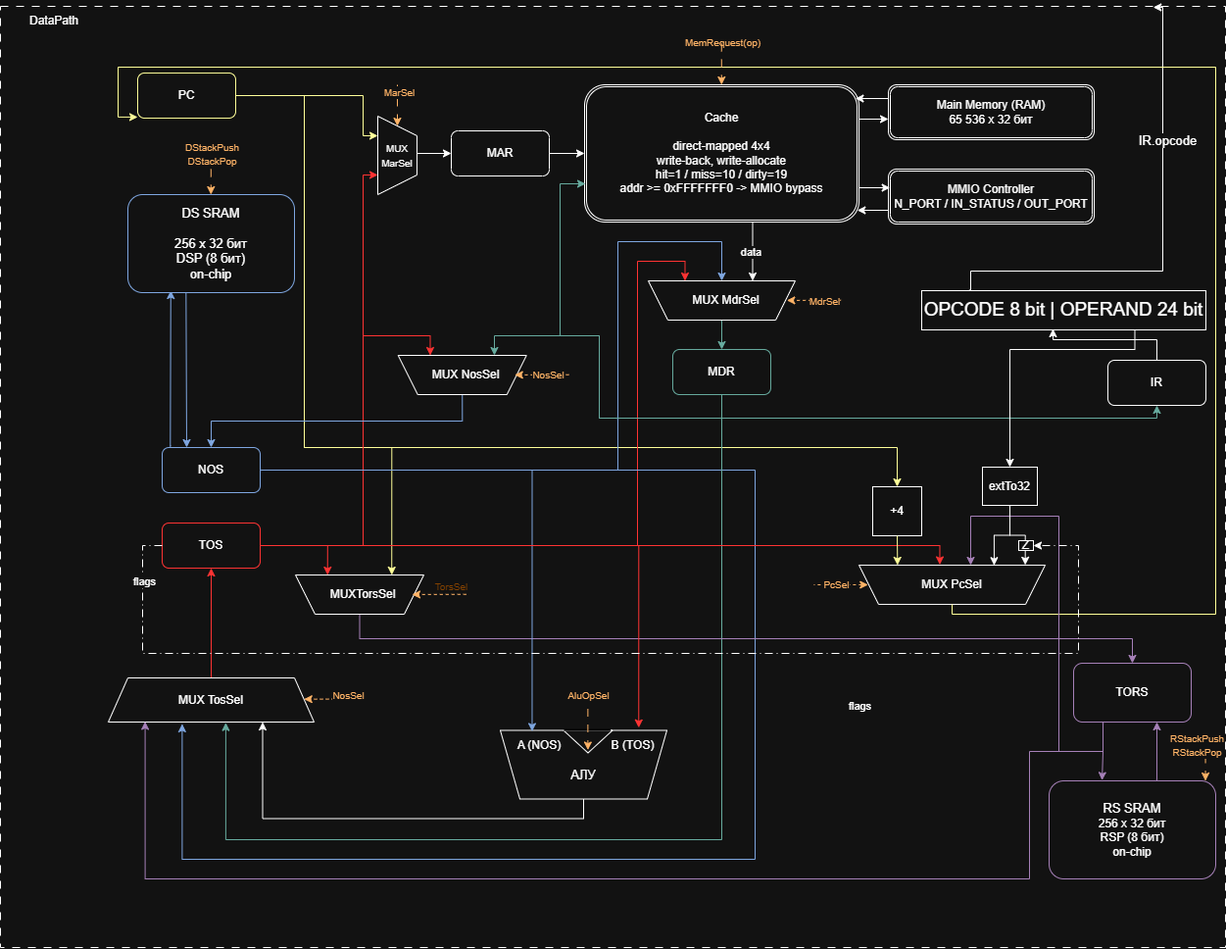
The draw.io diagram pics/Datapath.png in AstroBlartvks/lab4-csa, before a commit. Source tidied: cells renumbered, new cells last; positions are measured from the earlier drawing's top-left corner, leaving out a move shared by most shapes.
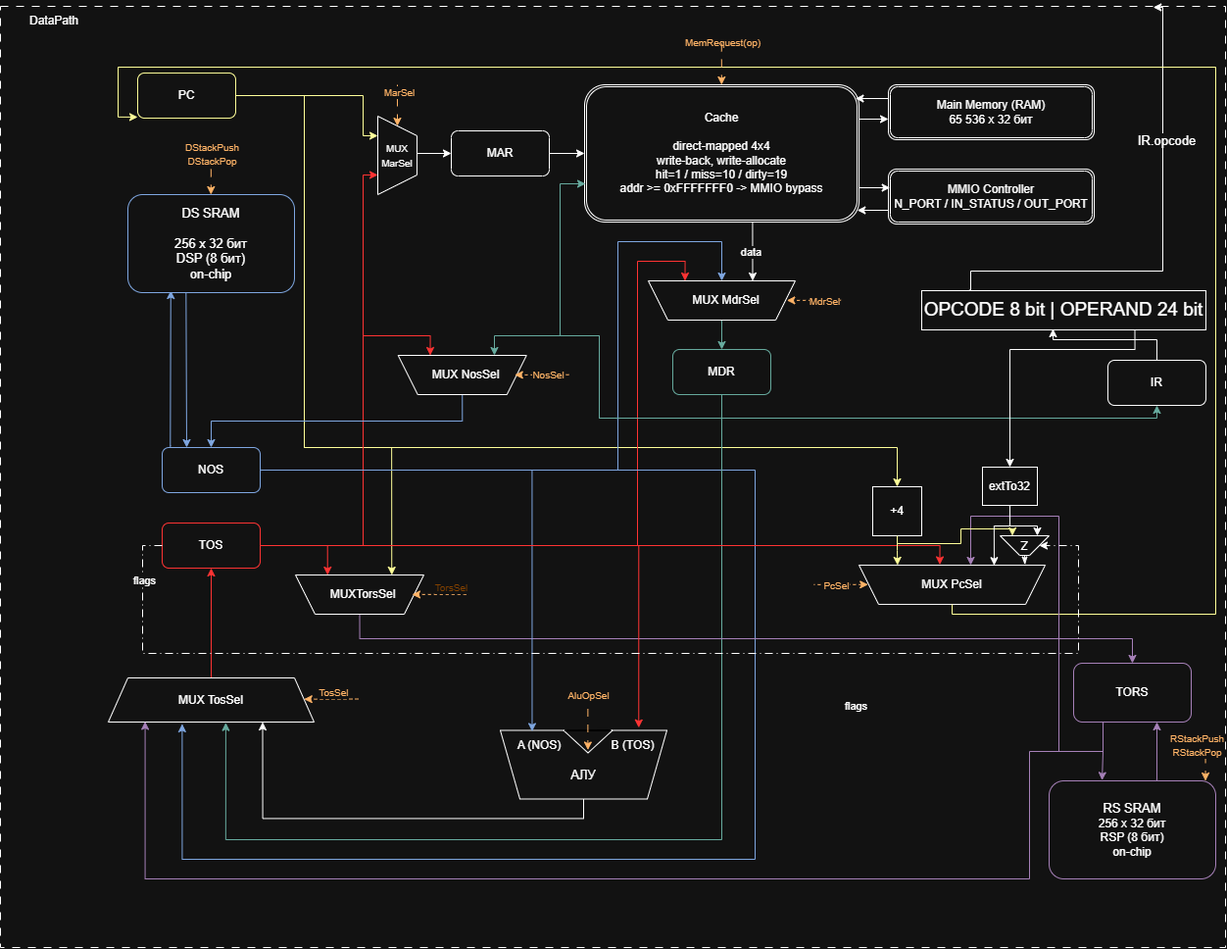
After the commit.

What changed in the source:
```diff
@@ -22,7 +22,7 @@
         </Array>
       </mxGeometry>
     </mxCell>
-    <mxCell id="5" style="edgeStyle=orthogonalEdgeStyle;rounded=0;jettySize=auto;html=1;exitX=1;exitY=0.5;exitDx=0;exitDy=0;entryX=0.5;entryY=0;entryDx=0;entryDy=0;strokeColor=light-dark(#000000,#FFFF99);" parent="1" edge="1" source="6" target="97">
+    <mxCell id="5" style="edgeStyle=orthogonalEdgeStyle;rounded=0;jettySize=auto;html=1;exitX=1;exitY=0.5;exitDx=0;exitDy=0;entryX=0.5;entryY=0;entryDx=0;entryDy=0;strokeColor=light-dark(#000000,#FFFF99);" parent="1" edge="1" source="6" target="98">
       <mxGeometry relative="1" as="geometry">
         <Array as="points">
           <mxPoint x="310" y="91" />
@@ -330,7 +330,7 @@
     <mxCell id="67" value="MUX PcSel" style="text;html=1;whiteSpace=wrap;strokeColor=none;fillColor=none;align=center;verticalAlign=middle;rounded=0;" parent="1" vertex="1">
       <mxGeometry x="876" y="575" width="190" height="30" as="geometry" />
     </mxCell>
-    <mxCell id="68" style="edgeStyle=orthogonalEdgeStyle;rounded=0;jettySize=auto;html=1;exitX=0.75;exitY=1;exitDx=0;exitDy=0;entryX=0.5;entryY=0;entryDx=0;entryDy=0;" parent="1" edge="1" source="60" target="100">
+    <mxCell id="68" style="edgeStyle=orthogonalEdgeStyle;rounded=0;jettySize=auto;html=1;exitX=0.75;exitY=1;exitDx=0;exitDy=0;entryX=0.5;entryY=0;entryDx=0;entryDy=0;" parent="1" edge="1" source="60" target="101">
       <mxGeometry relative="1" as="geometry">
         <Array as="points">
           <mxPoint x="1158" y="350" />
@@ -357,7 +357,7 @@
         </Array>
       </mxGeometry>
     </mxCell>
-    <mxCell id="71" style="edgeStyle=orthogonalEdgeStyle;rounded=0;jettySize=auto;html=1;exitX=0;exitY=0.5;exitDx=0;exitDy=0;entryX=1;entryY=0.5;entryDx=0;entryDy=0;dashed=1;dashPattern=8 4 1 4;" parent="1" edge="1" source="13" target="103">
+    <mxCell id="71" style="edgeStyle=orthogonalEdgeStyle;rounded=0;jettySize=auto;html=1;exitX=0;exitY=0.5;exitDx=0;exitDy=0;entryX=0;entryY=0.5;entryDx=0;entryDy=0;dashed=1;dashPattern=8 4 1 4;" parent="1" edge="1" source="13" target="104">
       <mxGeometry relative="1" as="geometry">
         <Array as="points">
           <mxPoint x="145" y="550" />
@@ -484,9 +484,9 @@
         <mxPoint x="-12" y="2" as="offset" />
       </mxGeometry>
     </mxCell>
-    <mxCell id="93" value="&lt;font style=&quot;font-size: 10px; color: light-dark(rgb(0, 0, 0), rgb(255, 179, 102));&quot;&gt;NosSel&lt;/font&gt;" style="edgeLabel;html=1;align=center;verticalAlign=middle;" parent="1" vertex="1">
-      <mxGeometry x="366.5" y="700" as="geometry">
-        <mxPoint x="-12" y="2" as="offset" />
+    <mxCell id="93" value="&lt;font style=&quot;font-size: 10px; color: light-dark(rgb(0, 0, 0), rgb(255, 179, 102));&quot;&gt;TosSel&lt;/font&gt;" style="edgeLabel;html=1;align=center;verticalAlign=middle;" parent="1" vertex="1">
+      <mxGeometry x="345.8" y="700" as="geometry">
+        <mxPoint x="-6" y="-1" as="offset" />
       </mxGeometry>
     </mxCell>
     <mxCell id="94" value="&lt;font style=&quot;font-size: 10px; color: light-dark(rgb(0, 0, 0), rgb(255, 179, 102));&quot;&gt;AluOpSel&lt;/font&gt;" style="edgeLabel;html=1;align=center;verticalAlign=middle;" parent="1" vertex="1">
@@ -509,35 +509,66 @@
         </Array>
       </mxGeometry>
     </mxCell>
-    <mxCell id="97" value="+4" style="rounded=0;whiteSpace=wrap;html=1;" parent="1" vertex="1">
-      <mxGeometry x="890" y="490" width="50" height="50" as="geometry" />
+    <mxCell id="97" style="edgeStyle=orthogonalEdgeStyle;rounded=0;jettySize=auto;html=1;exitX=0.5;exitY=1;exitDx=0;exitDy=0;entryX=0.75;entryY=1;entryDx=0;entryDy=0;strokeColor=light-dark(#000000,#FFFF99);" parent="1" edge="1" target="104">
+      <mxGeometry relative="1" as="geometry">
+        <mxPoint x="915" y="543" as="sourcePoint" />
+        <Array as="points">
+          <mxPoint x="915" y="548" />
+          <mxPoint x="980" y="548" />
+          <mxPoint x="980" y="533" />
+          <mxPoint x="1032" y="533" />
+        </Array>
+      </mxGeometry>
     </mxCell>
-    <mxCell id="98" style="edgeStyle=orthogonalEdgeStyle;rounded=0;jettySize=auto;html=1;exitX=0.5;exitY=1;exitDx=0;exitDy=0;entryX=0.793;entryY=1;entryDx=0;entryDy=0;entryPerimeter=0;strokeColor=light-dark(#000000,#FFFF99);" parent="1" edge="1" source="97" target="65">
-      <mxGeometry relative="1" as="geometry" />
+    <mxCell id="98" value="+4" style="rounded=0;whiteSpace=wrap;html=1;" parent="1" vertex="1">
+      <mxGeometry x="890" y="490" width="50" height="50" as="geometry" />
     </mxCell>
-    <mxCell id="99" style="edgeStyle=orthogonalEdgeStyle;rounded=0;jettySize=auto;html=1;exitX=0.5;exitY=1;exitDx=0;exitDy=0;entryX=0;entryY=0.75;entryDx=0;entryDy=0;strokeColor=light-dark(#000000,#67AB9F);" parent="1" edge="1" source="44">
+    <mxCell id="99" style="edgeStyle=orthogonalEdgeStyle;rounded=0;jettySize=auto;html=1;exitX=0.5;exitY=1;exitDx=0;exitDy=0;entryX=0.793;entryY=1;entryDx=0;entryDy=0;entryPerimeter=0;strokeColor=light-dark(#000000,#FFFF99);" parent="1" edge="1" source="98" target="65">
       <mxGeometry relative="1" as="geometry">
-        <mxPoint x="597" y="181" as="targetPoint" />
         <Array as="points">
-          <mxPoint x="736" y="420" />
-          <mxPoint x="611" y="420" />
-          <mxPoint x="611" y="336" />
-          <mxPoint x="571" y="336" />
-          <mxPoint x="571" y="181" />
+          <mxPoint x="915" y="555" />
+          <mxPoint x="915" y="555" />
         </Array>
       </mxGeometry>
     </mxCell>
-    <mxCell id="100" value="extTo32" style="rounded=0;whiteSpace=wrap;html=1;" parent="1" vertex="1">
-      <mxGeometry x="1002" y="470" width="56" height="39" as="geometry" />
+    <mxCell id="100" style="edgeStyle=orthogonalEdgeStyle;rounded=0;jettySize=auto;html=1;exitX=0.5;exitY=1;exitDx=0;exitDy=0;entryX=0;entryY=0.75;entryDx=0;entryDy=0;strokeColor=light-dark(#000000,#67AB9F);" parent="1" edge="1" source="44">
+      <mxGeometry relative="1" as="geometry">
+        <mxPoint x="597" y="181" as="targetPoint" />
+        <Array as="points">
+          <mxPoint x="736" y="420" />
+          <mxPoint x="611" y="420" />
+          <mxPoint x="611" y="336" />
+          <mxPoint x="571" y="336" />
+          <mxPoint x="571" y="181" />
+        </Array>
+      </mxGeometry>
     </mxCell>
-    <mxCell id="101" style="edgeStyle=orthogonalEdgeStyle;rounded=0;jettySize=auto;html=1;exitX=0.5;exitY=1;exitDx=0;exitDy=0;entryX=0.274;entryY=0.993;entryDx=0;entryDy=0;entryPerimeter=0;" parent="1" edge="1" source="100" target="65">
-      <mxGeometry relative="1" as="geometry" />
+    <mxCell id="101" value="extTo32" style="rounded=0;whiteSpace=wrap;html=1;" parent="1" vertex="1">
+      <mxGeometry x="1002" y="470" width="56" height="39" as="geometry" />
     </mxCell>
-    <mxCell id="102" style="edgeStyle=orthogonalEdgeStyle;rounded=0;jettySize=auto;html=1;exitX=0.5;exitY=1;exitDx=0;exitDy=0;entryX=0.107;entryY=1.003;entryDx=0;entryDy=0;entryPerimeter=0;" parent="1" edge="1" source="100" target="65">
-      <mxGeometry relative="1" as="geometry" />
+    <mxCell id="102" style="edgeStyle=orthogonalEdgeStyle;rounded=0;jettySize=auto;html=1;exitX=0.5;exitY=1;exitDx=0;exitDy=0;entryX=0.274;entryY=0.993;entryDx=0;entryDy=0;entryPerimeter=0;" parent="1" edge="1" source="101" target="65">
+      <mxGeometry relative="1" as="geometry">
+        <Array as="points">
+          <mxPoint x="1030" y="530" />
+          <mxPoint x="1014" y="530" />
+        </Array>
+      </mxGeometry>
     </mxCell>
-    <mxCell id="103" value="Z" style="rounded=0;whiteSpace=wrap;html=1;" parent="1" vertex="1">
-      <mxGeometry x="1039" y="545" width="15" height="10" as="geometry" />
+    <mxCell id="103" style="edgeStyle=orthogonalEdgeStyle;rounded=0;jettySize=auto;html=1;exitX=0.5;exitY=1;exitDx=0;exitDy=0;entryX=0.25;entryY=1;entryDx=0;entryDy=0;" parent="1" edge="1" source="101" target="104">
+      <mxGeometry relative="1" as="geometry">
+        <Array as="points">
+          <mxPoint x="1030" y="530" />
+          <mxPoint x="1058" y="530" />
+          <mxPoint x="1058" y="540" />
+          <mxPoint x="1058" y="540" />
+        </Array>
+      </mxGeometry>
     </mxCell>
+    <mxCell id="104" value="Z" style="shape=trapezoid;perimeter=trapezoidPerimeter;whiteSpace=wrap;html=1;fixedSize=1;rotation=-180;align=center;" parent="1" vertex="1">
+      <mxGeometry x="1020" y="540" width="50" height="20.1" as="geometry" />
+    </mxCell>
+    <mxCell id="105" style="edgeStyle=orthogonalEdgeStyle;rounded=0;jettySize=auto;html=1;exitX=0.5;exitY=0;exitDx=0;exitDy=0;entryX=0.109;entryY=1.009;entryDx=0;entryDy=0;entryPerimeter=0;endArrow=classicThin;endFill=1;" parent="1" edge="1" source="104" target="65">
+      <mxGeometry relative="1" as="geometry" />
+    </mxCell>
   </root>
 </mxGraphModel>
```
